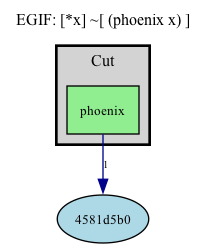
Earlier version of the Graphviz export visual_output/sowa_phoenix.png (mijahauan/Arisbe). Its source is kept beside it as visual_output/sowa_phoenix.dot.
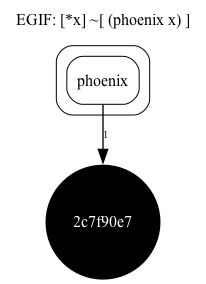
The same diagram one commit later.

The edit, as a diff of the source:
```diff
@@ -1,22 +1,23 @@
 digraph EG {
   rankdir=TB;
   compound=true;
-  node [fontsize=10];
+  node [fontsize=12, fontname="Times-Roman"];
+  edge [penwidth=1.00, color=black];
 
   label="EGIF: [*x] ~[ (phoenix x) ]";
   labelloc="t";
   fontsize=12;
 
-  "pred_e_af5b97f4" [label="phoenix", shape=box, style=filled, fillcolor=lightgreen];
-  "Vertex(id='v_4581d5b0', label=None, is_generic=True)" [label="4581d5b0", shape=ellipse, style=filled, fillcolor=lightblue];
+  "pred_e_4ea97400" [label="phoenix", shape=box, style=rounded, penwidth=0.75, fontname="Times-Roman"];
+  "Vertex(id='v_2c7f90e7', label=None, is_generic=True)" [label="2c7f90e7", shape=circle, width=0.069, height=0.069, style=filled, fillcolor=black, fontcolor=white, fontname="Times-Roman"];
   subgraph cluster_0_0 {
-    label="Cut";
-    style=filled;
-    fillcolor=lightgray;
+    label="";
+    style="rounded,filled";
+    fillcolor=white;
     color=black;
-    penwidth=2;
-    "pred_e_af5b97f4";
+    penwidth=0.75;
+    "pred_e_4ea97400";
   }
 
-  "pred_e_af5b97f4" -> "Vertex(id='v_4581d5b0', label=None, is_generic=True)" [label="1", color=darkblue, fontsize=8];
+  "pred_e_4ea97400" -> "Vertex(id='v_2c7f90e7', label=None, is_generic=True)" [label="1", color=black, penwidth=1.00, fontsize=8, fontname="Times-Roman"];
 }
```
